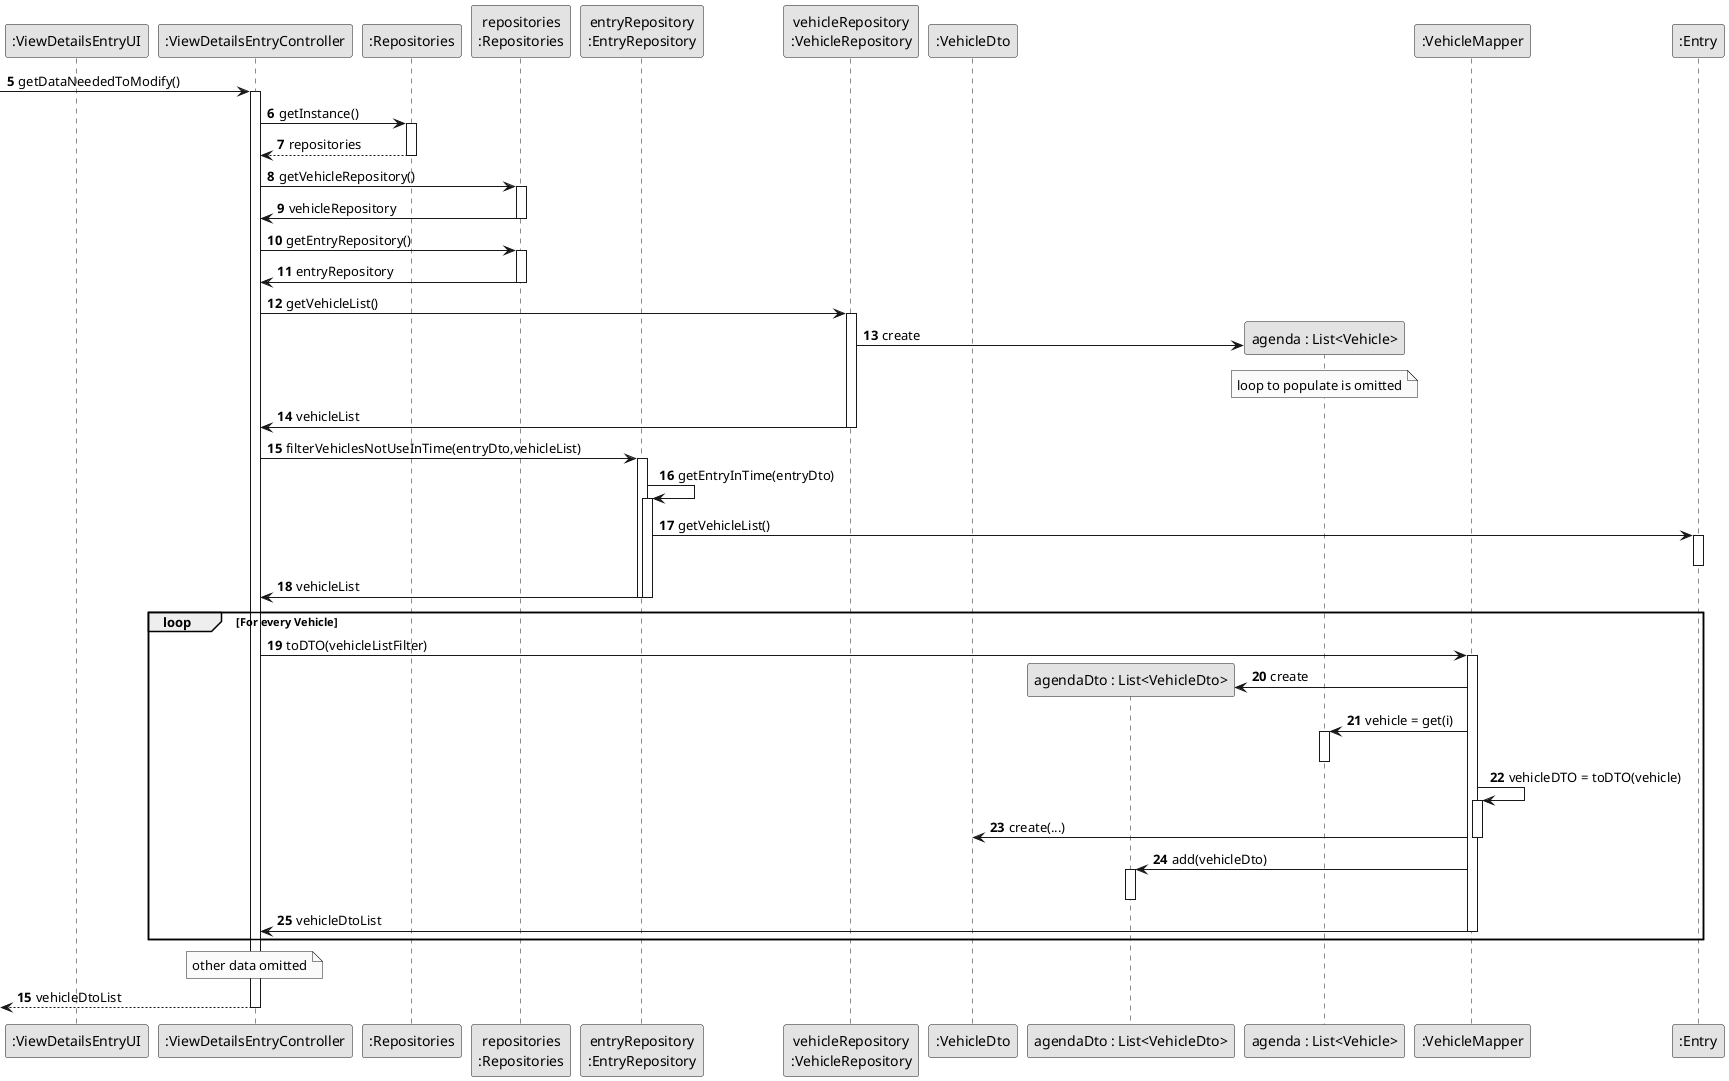
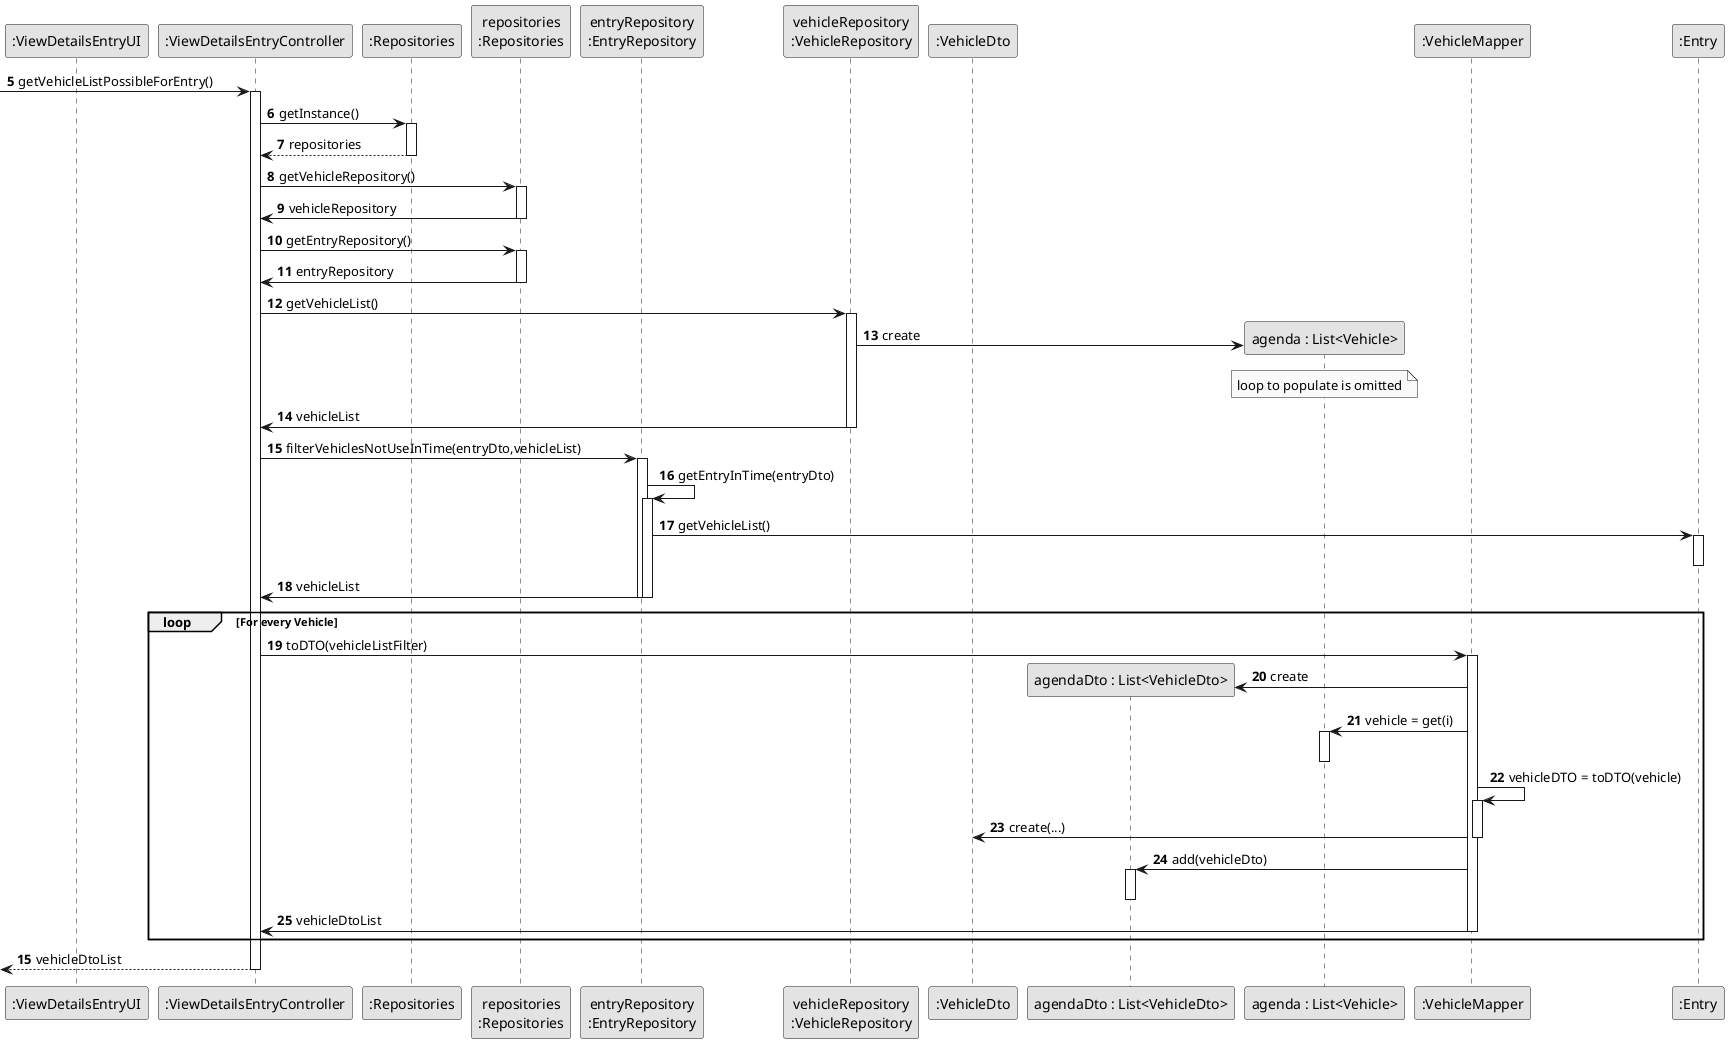
@startuml
skinparam monochrome true
skinparam packageStyle rectangle
skinparam shadowing false

autonumber

'hide footbox


participant ":ViewDetailsEntryUI" as UI2
participant ":ViewDetailsEntryController" as CTRL2
participant ":Repositories" as RepositorySingleton
participant "repositories\n:Repositories" as PLAT
participant "entryRepository\n:EntryRepository" as EntryRepository
participant "vehicleRepository\n:VehicleRepository" as VehicleRepository

participant ":VehicleDto" as SelectedDTO
participant "agendaDto : List<VehicleDto>" as ListSelectedDTO
participant "agenda : List<Vehicle>" as ListSelected
participant ":VehicleMapper" as SelectedMAPPER
participant ":Entry" as OBJ


autonumber 5
- -> CTRL2 : getDataNeededToModify()
+ -> CTRL2 : getVehicleListPossibleForEntry()
                     activate CTRL2


                      CTRL2 -> RepositorySingleton : getInstance()
                                                             activate RepositorySingleton

                                                                 RepositorySingleton --> CTRL2: repositories
                                                             deactivate RepositorySingleton

                                                             CTRL2 -> PLAT : getVehicleRepository()
                                                             activate PLAT

                                                             PLAT -> CTRL2 : vehicleRepository
                                                             deactivate PLAT


                                                             CTRL2 -> PLAT : getEntryRepository()
                                                             activate PLAT

                                                             PLAT -> CTRL2 : entryRepository
                                                             deactivate PLAT

                                                             CTRL2 -> VehicleRepository : getVehicleList()
                                                             activate VehicleRepository

                                                             VehicleRepository -> ListSelected** : create

                                                             note over ListSelected : loop to populate is omitted



                                                             VehicleRepository -> CTRL2 : vehicleList
                                                             deactivate VehicleRepository

                                                             CTRL2 -> EntryRepository : filterVehiclesNotUseInTime(entryDto,vehicleList)
                                                             activate EntryRepository

                                                             EntryRepository -> EntryRepository  : getEntryInTime(entryDto)
                                                             activate EntryRepository

                                                             EntryRepository -> OBJ : getVehicleList()
                                                             activate OBJ
                                                             deactivate OBJ

                                                             EntryRepository -> CTRL2 : vehicleList
                                                             deactivate EntryRepository

                                                             deactivate EntryRepository

                                                             loop For every Vehicle
                                                             CTRL2 -> SelectedMAPPER : toDTO(vehicleListFilter)
                                                             activate SelectedMAPPER

                                                             SelectedMAPPER -> ListSelectedDTO** : create

                                                             SelectedMAPPER -> ListSelected : vehicle = get(i)
                                                             activate ListSelected
                                                             deactivate ListSelected

                                                             SelectedMAPPER -> SelectedMAPPER : vehicleDTO = toDTO(vehicle)
                                                             activate SelectedMAPPER

                                                             SelectedMAPPER -> SelectedDTO : create(...)
                                                             deactivate SelectedMAPPER

                                                             SelectedMAPPER -> ListSelectedDTO : add(vehicleDto)
                                                             activate ListSelectedDTO
                                                             deactivate ListSelectedDTO

                                                             SelectedMAPPER -> CTRL2 : vehicleDtoList
                                                             deactivate SelectedMAPPER

                                                             end


-                                                               note over CTRL2 : other data omitted
+ 



 autonumber 15
    <-- CTRL2 : vehicleDtoList
            deactivate CTRL2







@enduml